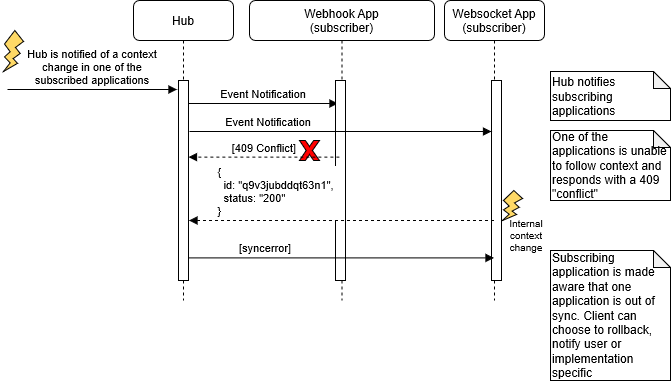
Before: docs/img/ErrorSequence.png, a diagram exported from draw.io (HL7/fhircast-docs). Source tidied: cells renumbered, new cells last; positions are measured from the earlier drawing's top-left corner, leaving out a move shared by most shapes.
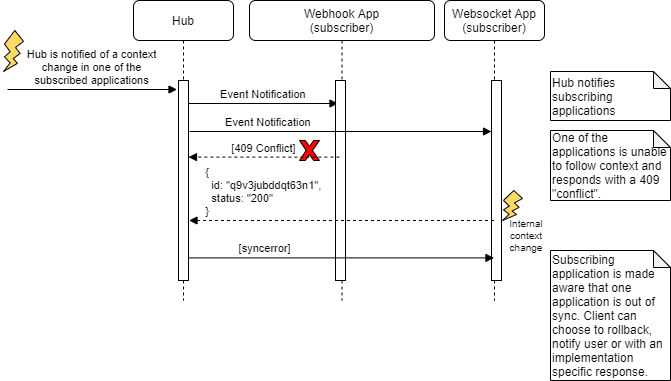
After the change.

Commit message:
a few cosmetic improvements to ErrorSequence

move id/status payload to not cover vertical bar. Add a few words to complete: "implementation specific" phrase in callout.

Change to the diagram source:
```diff
@@ -47,7 +47,7 @@
       </mxGeometry>
     </mxCell>
     <mxCell id="13" value="{&#10;  id: &quot;q9v3jubddqt63n1&quot;,&#10;  status: &quot;200&quot;&#10;}" style="verticalAlign=bottom;endArrow=block;shadow=0;strokeWidth=1;fontSize=11;dashed=1;align=left;" parent="1" edge="1" source="10">
-      <mxGeometry x="0.82" relative="1" as="geometry">
+      <mxGeometry x="0.9" relative="1" as="geometry">
         <mxPoint x="185.5" y="220" as="targetPoint" />
       </mxGeometry>
     </mxCell>
@@ -57,10 +57,10 @@
     <mxCell id="15" value="Internal context change" style="text;html=1;strokeColor=none;fillColor=none;align=center;verticalAlign=middle;whiteSpace=wrap;rounded=0;fontSize=10;" parent="1" vertex="1">
       <mxGeometry x="503" y="225" width="40" height="20" as="geometry" />
     </mxCell>
-    <mxCell id="16" value="One of the applications is unable to follow context and responds with a 409 &quot;conflict&quot;" style="shape=note;whiteSpace=wrap;html=1;backgroundOutline=1;darkOpacity=0.05;rounded=1;align=left;size=17;" parent="1" vertex="1">
+    <mxCell id="16" value="One of the applications is unable to follow context and responds with a 409 &quot;conflict&quot;." style="shape=note;whiteSpace=wrap;html=1;backgroundOutline=1;darkOpacity=0.05;rounded=1;align=left;size=17;" parent="1" vertex="1">
       <mxGeometry x="547" y="130" width="120" height="70" as="geometry" />
     </mxCell>
-    <mxCell id="17" value="Subscribing application is made aware that one application is out of sync. Client can choose to rollback, notify user or implementation specific" style="shape=note;whiteSpace=wrap;html=1;backgroundOutline=1;darkOpacity=0.05;rounded=1;align=left;size=17;" parent="1" vertex="1">
+    <mxCell id="17" value="Subscribing application is made aware that one application is out of sync. Client can choose to rollback, notify user or with an implementation specific response." style="shape=note;whiteSpace=wrap;html=1;backgroundOutline=1;darkOpacity=0.05;rounded=1;align=left;size=17;" parent="1" vertex="1">
       <mxGeometry x="547" y="250" width="120" height="130" as="geometry" />
     </mxCell>
     <mxCell id="18" value="[syncerror]" style="verticalAlign=bottom;endArrow=block;shadow=0;strokeWidth=1;exitX=0.6;exitY=0.887;exitDx=0;exitDy=0;exitPerimeter=0;" parent="1" edge="1" source="20" target="10">
```
